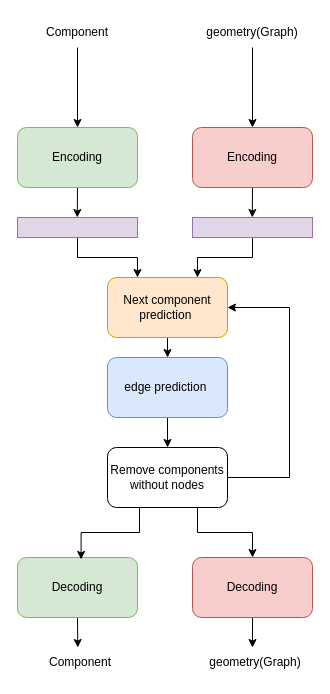
Earlier version of the draw.io diagram Untitled Diagram.drawio (praveen2k2/praveen2k2). Source tidied: cells renumbered, new cells numbered last; positions are measured from the earlier drawing's top-left corner, leaving out a move shared by most shapes. Both pictures are drawn from the tidied source at 100%, with x=0, y=0 at pixel (17, 17).
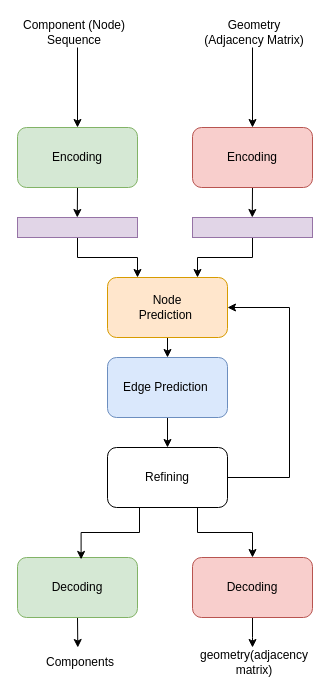
Above is the later version.

Diff of the diagram source:
```diff
@@
-    <mxCell id="8" value="Component" style="text;html=1;align=center;verticalAlign=middle;whiteSpace=wrap;rounded=0;" parent="1" vertex="1">
-      <mxGeometry x="30" width="60" height="30" as="geometry" />
+    <mxCell id="8" value="Component (Node) Sequence" style="text;html=1;align=center;verticalAlign=middle;whiteSpace=wrap;rounded=0;" parent="1" vertex="1">
+      <mxGeometry x="2" width="110" height="30" as="geometry" />
     </mxCell>
-    <mxCell id="9" value="geometry(Graph)" style="text;html=1;align=center;verticalAlign=middle;whiteSpace=wrap;rounded=0;" parent="1" vertex="1">
-      <mxGeometry x="205" width="60" height="30" as="geometry" />
+    <mxCell id="9" value="Geometry&lt;div&gt;(Adjacency Matrix)&lt;/div&gt;" style="text;html=1;align=center;verticalAlign=middle;whiteSpace=wrap;rounded=0;" parent="1" vertex="1">
+      <mxGeometry x="182" width="110" height="30" as="geometry" />
     </mxCell>
@@
-    <mxCell id="11" value="Next component&lt;div&gt;prediction&amp;nbsp;&lt;/div&gt;" style="rounded=1;whiteSpace=wrap;html=1;fillColor=#ffe6cc;strokeColor=#d79b00;" parent="1" vertex="1">
+    <mxCell id="11" value="Node&lt;br&gt;&lt;div&gt;Prediction&amp;nbsp;&lt;/div&gt;" style="rounded=1;whiteSpace=wrap;html=1;fillColor=#ffe6cc;strokeColor=#d79b00;" parent="1" vertex="1">
       <mxGeometry x="90" y="260" width="120" height="60" as="geometry" />
     </mxCell>
@@
-    <mxCell id="17" value="edge prediction&amp;nbsp;" style="rounded=1;whiteSpace=wrap;html=1;fillColor=#dae8fc;strokeColor=#6c8ebf;" parent="1" vertex="1">
+    <mxCell id="17" value="Edge Prediction&amp;nbsp;" style="rounded=1;whiteSpace=wrap;html=1;fillColor=#dae8fc;strokeColor=#6c8ebf;" parent="1" vertex="1">
       <mxGeometry x="90" y="340" width="120" height="60" as="geometry" />
     </mxCell>
@@
-    <mxCell id="20" value="Remove components without nodes" style="rounded=1;whiteSpace=wrap;html=1;" parent="1" vertex="1">
+    <mxCell id="20" value="Refining" style="rounded=1;whiteSpace=wrap;html=1;" parent="1" vertex="1">
       <mxGeometry x="90" y="430" width="120" height="60" as="geometry" />
     </mxCell>
@@
-    <mxCell id="26" value="Component" style="text;html=1;align=center;verticalAlign=middle;whiteSpace=wrap;rounded=0;" parent="1" vertex="1">
+    <mxCell id="26" value="Components" style="text;html=1;align=center;verticalAlign=middle;whiteSpace=wrap;rounded=0;" parent="1" vertex="1">
       <mxGeometry x="32.5" y="630" width="60" height="30" as="geometry" />
     </mxCell>
-    <mxCell id="27" value="geometry(Graph)" style="text;html=1;align=center;verticalAlign=middle;whiteSpace=wrap;rounded=0;" parent="1" vertex="1">
-      <mxGeometry x="207.5" y="630" width="60" height="30" as="geometry" />
+    <mxCell id="27" value="geometry(adjacency matrix)" style="text;html=1;align=center;verticalAlign=middle;whiteSpace=wrap;rounded=0;" parent="1" vertex="1">
+      <mxGeometry x="182" y="630" width="110" height="30" as="geometry" />
     </mxCell>
```
